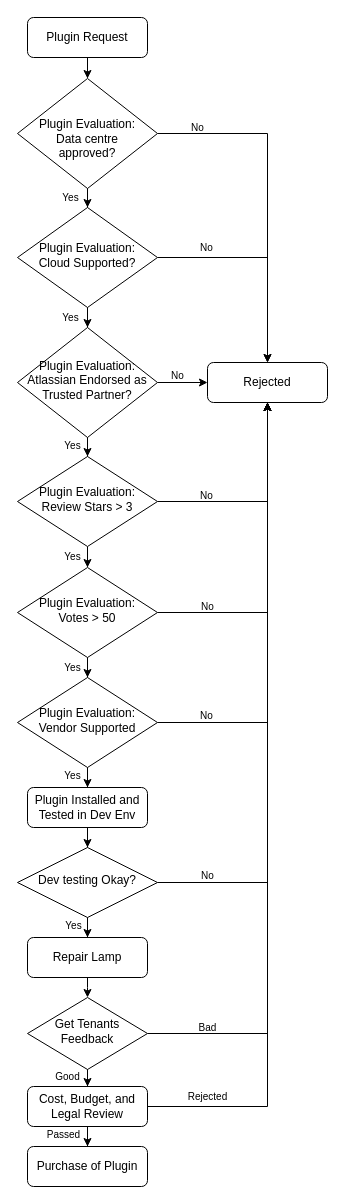
Above: page "vertical-layout" (1 of 2) of plugin-review-process.drawio in GovTechSG/ship-hats-overview (draw.io), before the change. Source tidied: cells renumbered, new cells numbered last; positions are measured from the earlier drawing's top-left corner, leaving out a move shared by most shapes. Both pictures are drawn from the tidied source at 100%, with x=0, y=0 at pixel (17, 17).
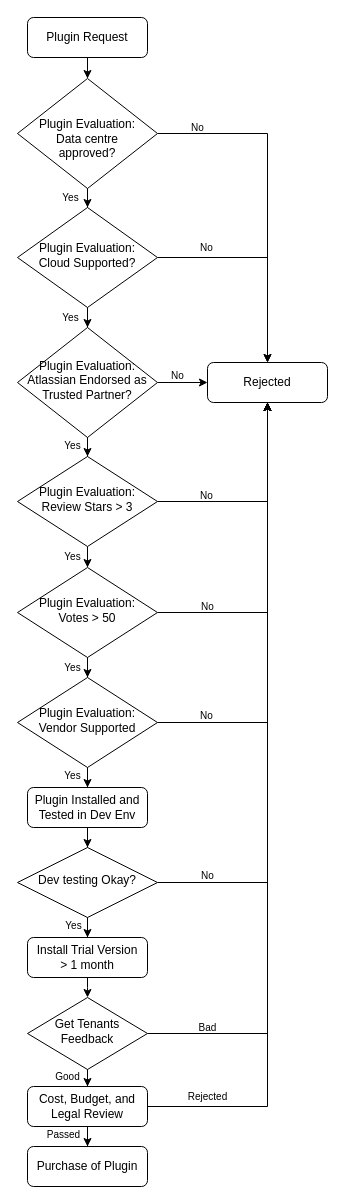
Above is the later version.

What changed in the source:
```diff
@@
-    <mxCell id="8" value="Repair Lamp" style="rounded=1;whiteSpace=wrap;html=1;fontSize=12;glass=0;strokeWidth=1;shadow=0;" parent="1" vertex="1">
+    <mxCell id="8" value="Install Trial Version&lt;br&gt;&amp;gt; 1 month" style="rounded=1;whiteSpace=wrap;html=1;fontSize=12;glass=0;strokeWidth=1;shadow=0;" parent="1" vertex="1">
       <mxGeometry x="10" y="920" width="120" height="40" as="geometry" />
     </mxCell>
```
